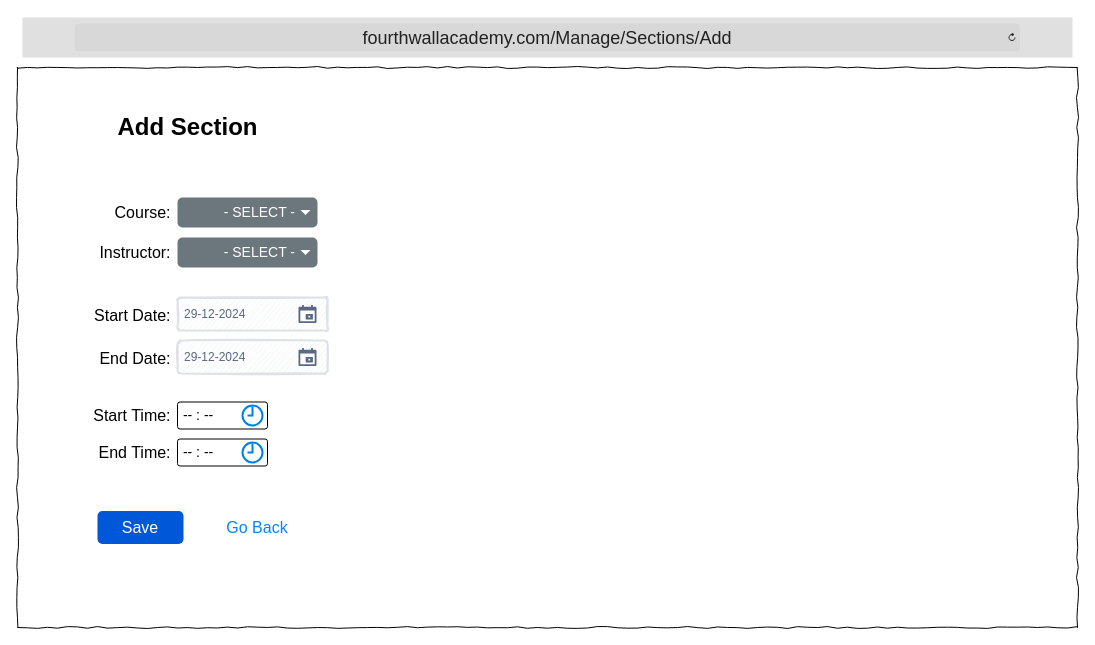
Above: DesignDocument/Wireframes/4hWallAcademy_Sections_Add.drawio in TRed91/4thWallAcademy (draw.io), before the change. Source tidied: cells renumbered, new cells numbered last; positions are measured from the earlier drawing's top-left corner, leaving out a move shared by most shapes. Both pictures are drawn from the tidied source at 100%, with x=0, y=0 at pixel (17, 17).
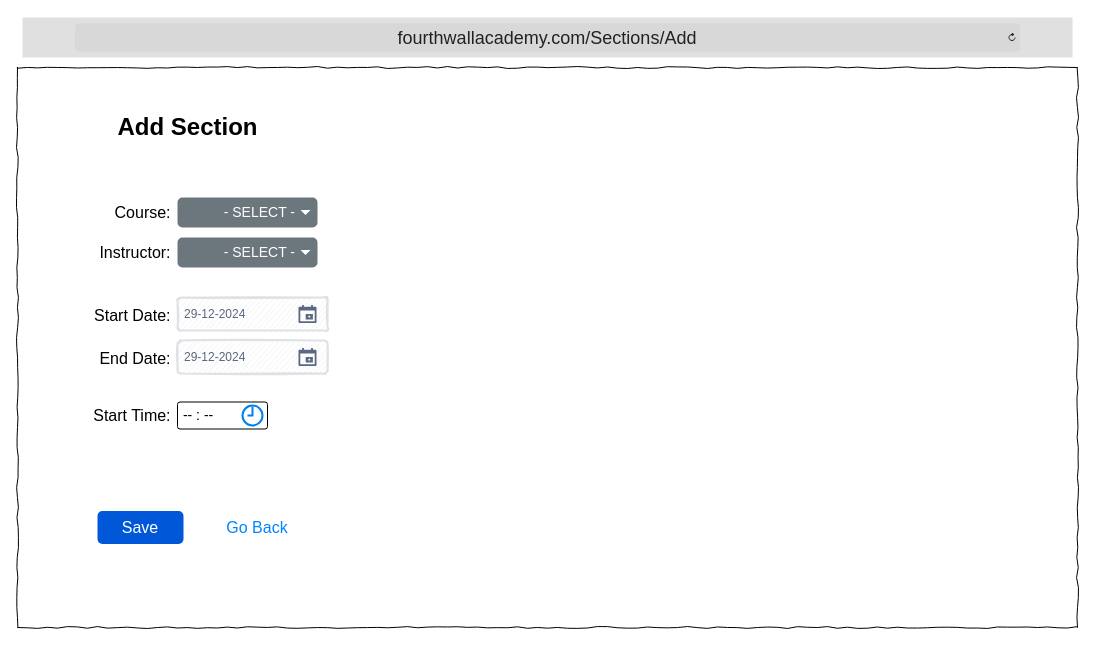
After the change.

The edit, as a diff of the source:
```diff
@@
-    <mxCell id="3" value="&lt;font style=&quot;font-size: 18px;&quot;&gt;fourthwallacademy.com/Manage/Sections/Add&lt;/font&gt;" style="html=1;strokeWidth=1;shadow=0;dashed=0;shape=mxgraph.ios7ui.url;fillColor=#e0e0e0;strokeColor=#c0c0c0;buttonText=;strokeColor2=#222222;fontColor=#222222;fontSize=8;spacingTop=2;align=center;whiteSpace=wrap;" parent="1" vertex="1">
+    <mxCell id="3" value="&lt;font style=&quot;font-size: 18px;&quot;&gt;fourthwallacademy.com/Sections/Add&lt;/font&gt;" style="html=1;strokeWidth=1;shadow=0;dashed=0;shape=mxgraph.ios7ui.url;fillColor=#e0e0e0;strokeColor=#c0c0c0;buttonText=;strokeColor2=#222222;fontColor=#222222;fontSize=8;spacingTop=2;align=center;whiteSpace=wrap;" parent="1" vertex="1">
       <mxGeometry x="5" width="1050" height="40" as="geometry" />
     </mxCell>
@@
-    <mxCell id="21" value="&lt;font style=&quot;font-size: 14px;&quot;&gt;&amp;nbsp;-- : --&lt;/font&gt;" style="strokeWidth=1;html=1;shadow=0;dashed=0;shape=mxgraph.ios.iTextInput;buttonText=;fontSize=8;whiteSpace=wrap;align=left;fillColor=none;" parent="1" vertex="1">
-      <mxGeometry x="160" y="421.5" width="90" height="27" as="geometry" />
-    </mxCell>
-    <mxCell id="22" value="&lt;font style=&quot;font-size: 16px;&quot;&gt;End Time:&amp;nbsp;&lt;/font&gt;" style="text;html=1;align=right;verticalAlign=middle;whiteSpace=wrap;rounded=0;" parent="1" vertex="1">
-      <mxGeometry x="70" y="420" width="90" height="30" as="geometry" />
-    </mxCell>
@@
-    <mxCell id="24" style="html=1;verticalLabelPosition=bottom;align=center;labelBackgroundColor=#ffffff;verticalAlign=top;strokeWidth=2;strokeColor=#0080F0;shadow=0;dashed=0;shape=mxgraph.ios7.icons.clock;" parent="1" vertex="1">
-      <mxGeometry x="225" y="425" width="20" height="20" as="geometry" />
-    </mxCell>
```
